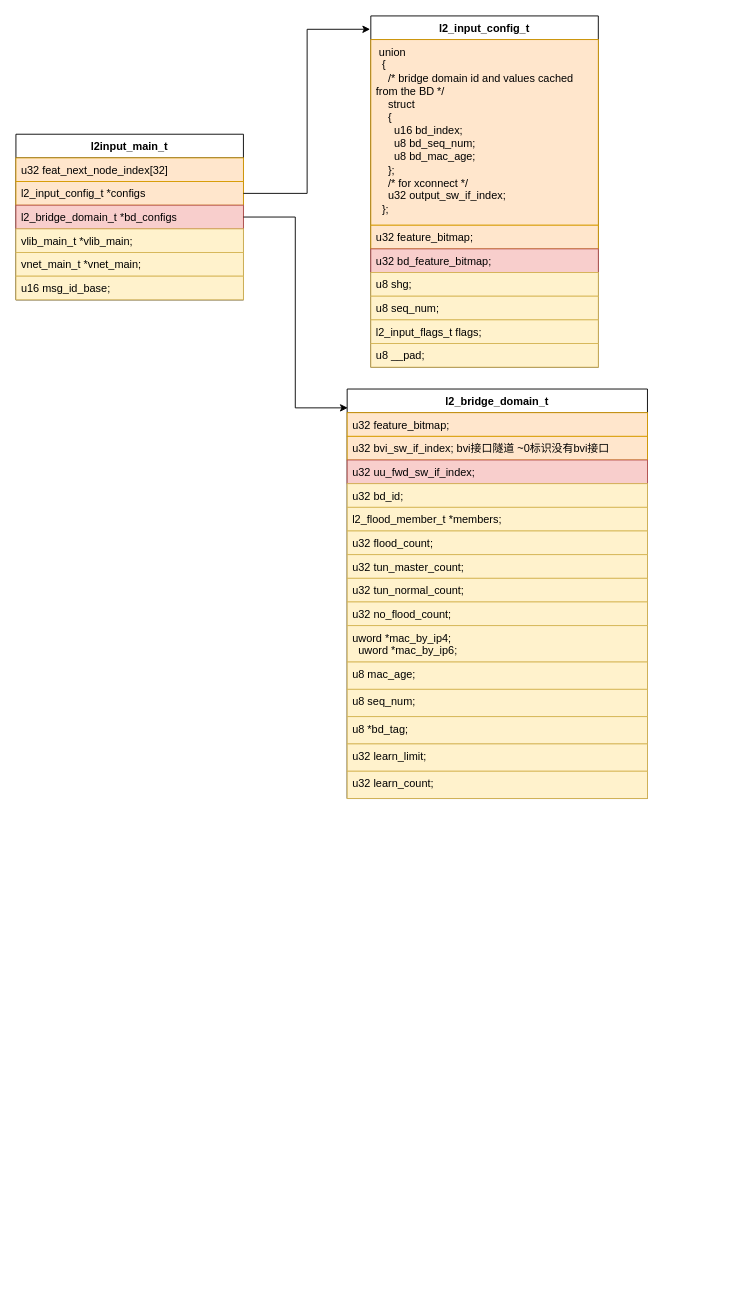
Earlier version of the draw.io diagram new_map/vnet_l2.drawio (jin13417/dpdk-vpp-learning). Source tidied: cells renumbered, new cells numbered last; positions are measured from the earlier drawing's top-left corner, leaving out a move shared by most shapes. Both pictures are drawn from the tidied source at 91%, with x=0, y=0 at pixel (15, 15).
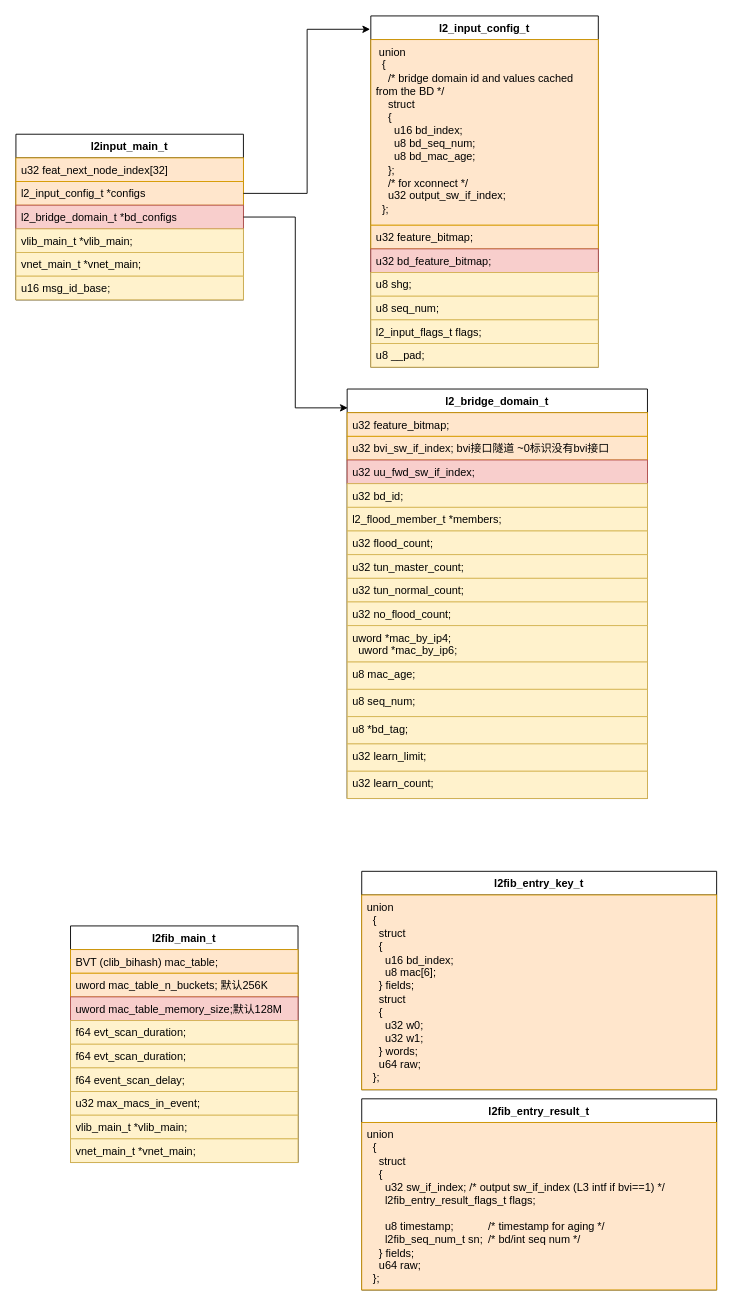
The same page after the edit.

The edit, as a diff of the source:
```diff
@@
+    <mxCell id="35" value="l2fib_main_t" style="swimlane;fontStyle=1;align=center;verticalAlign=top;horizontal=1;startSize=26;whiteSpace=wrap;html=1;" parent="1" vertex="1">
+      <mxGeometry x="60" y="1000" width="250" height="260" as="geometry" />
+    </mxCell>
+    <mxCell id="36" value="BVT (clib_bihash) mac_table;" style="text;strokeColor=#d79b00;fillColor=#ffe6cc;align=left;verticalAlign=top;spacingLeft=4;spacingRight=4;overflow=hidden;whiteSpace=wrap;html=1;" parent="35" vertex="1">
+      <mxGeometry y="26" width="250" height="26" as="geometry" />
+    </mxCell>
+    <mxCell id="37" value="uword mac_table_n_buckets; 默认256K" style="text;strokeColor=#d79b00;fillColor=#ffe6cc;align=left;verticalAlign=top;spacingLeft=4;spacingRight=4;overflow=hidden;whiteSpace=wrap;html=1;" parent="35" vertex="1">
+      <mxGeometry y="52" width="250" height="26" as="geometry" />
+    </mxCell>
+    <mxCell id="38" value="uword mac_table_memory_size;默认128M" style="text;strokeColor=#b85450;fillColor=#f8cecc;align=left;verticalAlign=top;spacingLeft=4;spacingRight=4;overflow=hidden;whiteSpace=wrap;html=1;" parent="35" vertex="1">
+      <mxGeometry y="78" width="250" height="26" as="geometry" />
+    </mxCell>
+    <mxCell id="39" value="f64 evt_scan_duration;" style="text;strokeColor=#d6b656;fillColor=#fff2cc;align=left;verticalAlign=top;spacingLeft=4;spacingRight=4;overflow=hidden;whiteSpace=wrap;html=1;" parent="35" vertex="1">
+      <mxGeometry y="104" width="250" height="26" as="geometry" />
+    </mxCell>
+    <mxCell id="40" value="f64 evt_scan_duration;" style="text;strokeColor=#d6b656;fillColor=#fff2cc;align=left;verticalAlign=top;spacingLeft=4;spacingRight=4;overflow=hidden;whiteSpace=wrap;html=1;" parent="35" vertex="1">
+      <mxGeometry y="130" width="250" height="26" as="geometry" />
+    </mxCell>
+    <mxCell id="41" value="f64 event_scan_delay;" style="text;strokeColor=#d6b656;fillColor=#fff2cc;align=left;verticalAlign=top;spacingLeft=4;spacingRight=4;overflow=hidden;whiteSpace=wrap;html=1;" parent="35" vertex="1">
+      <mxGeometry y="156" width="250" height="26" as="geometry" />
+    </mxCell>
+    <mxCell id="42" value="u32 max_macs_in_event;" style="text;strokeColor=#d6b656;fillColor=#fff2cc;align=left;verticalAlign=top;spacingLeft=4;spacingRight=4;overflow=hidden;whiteSpace=wrap;html=1;" parent="35" vertex="1">
+      <mxGeometry y="182" width="250" height="26" as="geometry" />
+    </mxCell>
+    <mxCell id="43" value="vlib_main_t *vlib_main;" style="text;strokeColor=#d6b656;fillColor=#fff2cc;align=left;verticalAlign=top;spacingLeft=4;spacingRight=4;overflow=hidden;whiteSpace=wrap;html=1;" parent="35" vertex="1">
+      <mxGeometry y="208" width="250" height="26" as="geometry" />
+    </mxCell>
+    <mxCell id="44" value="vnet_main_t *vnet_main;" style="text;strokeColor=#d6b656;fillColor=#fff2cc;align=left;verticalAlign=top;spacingLeft=4;spacingRight=4;overflow=hidden;whiteSpace=wrap;html=1;" parent="35" vertex="1">
+      <mxGeometry y="234" width="250" height="26" as="geometry" />
+    </mxCell>
+    <mxCell id="45" value="l2fib_entry_key_t" style="swimlane;fontStyle=1;align=center;verticalAlign=top;horizontal=1;startSize=26;whiteSpace=wrap;html=1;" parent="1" vertex="1">
+      <mxGeometry x="380" y="940" width="390" height="240" as="geometry" />
+    </mxCell>
+    <mxCell id="46" value="&lt;div&gt;union&lt;/div&gt;&lt;div&gt;&amp;nbsp; {&lt;/div&gt;&lt;div&gt;&amp;nbsp; &amp;nbsp; struct&lt;/div&gt;&lt;div&gt;&amp;nbsp; &amp;nbsp; {&lt;/div&gt;&lt;div&gt;&amp;nbsp; &amp;nbsp; &amp;nbsp; u16 bd_index;&lt;/div&gt;&lt;div&gt;&amp;nbsp; &amp;nbsp; &amp;nbsp; u8 mac[6];&lt;/div&gt;&lt;div&gt;&amp;nbsp; &amp;nbsp; } fields;&lt;/div&gt;&lt;div&gt;&amp;nbsp; &amp;nbsp; struct&lt;/div&gt;&lt;div&gt;&amp;nbsp; &amp;nbsp; {&lt;/div&gt;&lt;div&gt;&amp;nbsp; &amp;nbsp; &amp;nbsp; u32 w0;&lt;/div&gt;&lt;div&gt;&amp;nbsp; &amp;nbsp; &amp;nbsp; u32 w1;&lt;/div&gt;&lt;div&gt;&amp;nbsp; &amp;nbsp; } words;&lt;/div&gt;&lt;div&gt;&amp;nbsp; &amp;nbsp; u64 raw;&lt;/div&gt;&lt;div&gt;&amp;nbsp; };&lt;/div&gt;" style="text;strokeColor=#d79b00;fillColor=#ffe6cc;align=left;verticalAlign=top;spacingLeft=4;spacingRight=4;overflow=hidden;whiteSpace=wrap;html=1;" parent="45" vertex="1">
+      <mxGeometry y="26" width="390" height="214" as="geometry" />
+    </mxCell>
+    <mxCell id="47" value="l2fib_entry_result_t" style="swimlane;fontStyle=1;align=center;verticalAlign=top;horizontal=1;startSize=26;whiteSpace=wrap;html=1;" parent="1" vertex="1">
+      <mxGeometry x="380" y="1190" width="390" height="210" as="geometry" />
+    </mxCell>
+    <mxCell id="48" value="&lt;div&gt;union&lt;/div&gt;&lt;div&gt;&amp;nbsp; {&lt;/div&gt;&lt;div&gt;&amp;nbsp; &amp;nbsp; struct&lt;/div&gt;&lt;div&gt;&amp;nbsp; &amp;nbsp; {&lt;/div&gt;&lt;div&gt;&amp;nbsp; &amp;nbsp; &amp;nbsp; u32 sw_if_index; /* output sw_if_index (L3 intf if bvi==1) */&lt;/div&gt;&lt;div&gt;&amp;nbsp; &amp;nbsp; &amp;nbsp; l2fib_entry_result_flags_t flags;&lt;/div&gt;&lt;div&gt;&lt;br&gt;&lt;/div&gt;&lt;div&gt;&amp;nbsp; &amp;nbsp; &amp;nbsp; u8 timestamp;&lt;span style=&quot;white-space:pre&quot;&gt;&#9;&#9;&lt;/span&gt;/* timestamp for aging */&lt;/div&gt;&lt;div&gt;&amp;nbsp; &amp;nbsp; &amp;nbsp; l2fib_seq_num_t sn;&lt;span style=&quot;white-space:pre&quot;&gt;&#9;&lt;/span&gt;/* bd/int seq num */&lt;/div&gt;&lt;div&gt;&amp;nbsp; &amp;nbsp; } fields;&lt;/div&gt;&lt;div&gt;&amp;nbsp; &amp;nbsp; u64 raw;&lt;/div&gt;&lt;div&gt;&amp;nbsp; };&lt;/div&gt;" style="text;strokeColor=#d79b00;fillColor=#ffe6cc;align=left;verticalAlign=top;spacingLeft=4;spacingRight=4;overflow=hidden;whiteSpace=wrap;html=1;" parent="47" vertex="1">
+      <mxGeometry y="26" width="390" height="184" as="geometry" />
+    </mxCell>
```
